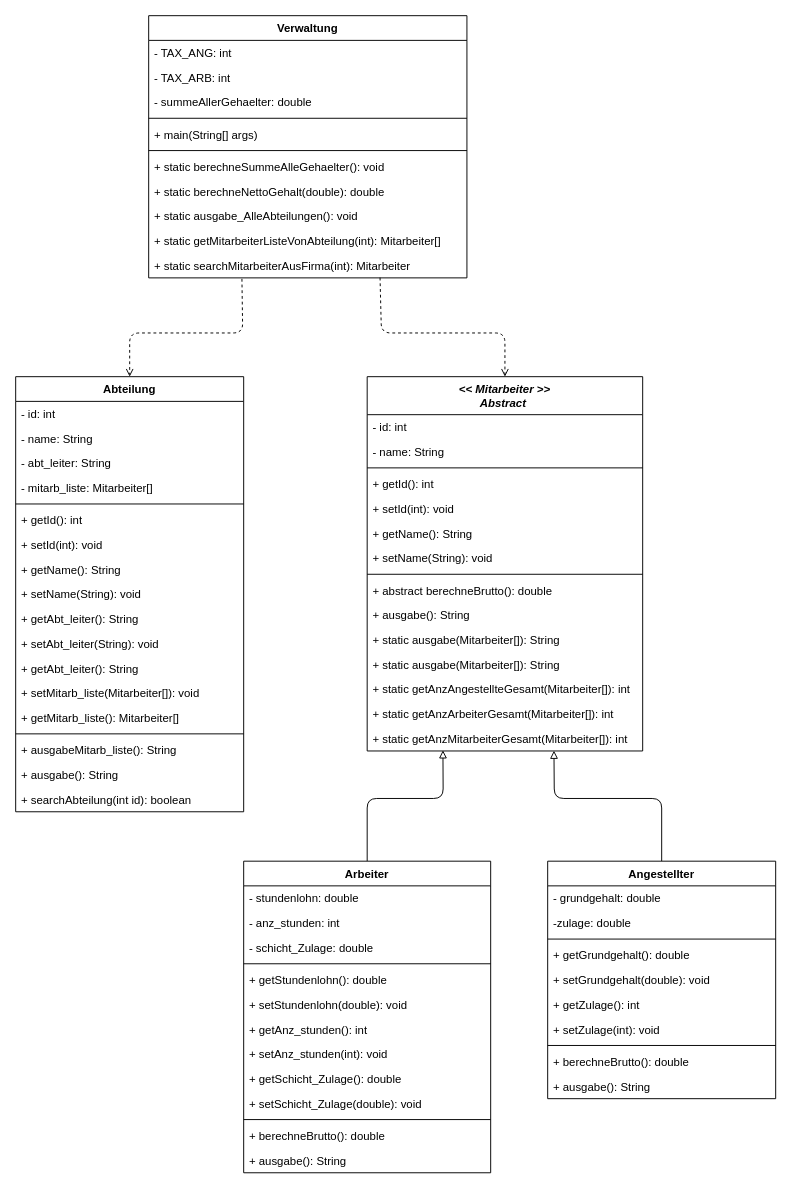
mbalabanov/ClassDiagramFirmaV3 keeps this draw.io diagram as FirmaV3_ClassDiagram.drawio. Above is the earlier version. Source tidied: cells renumbered, new cells numbered last; positions are measured from the earlier drawing's top-left corner, leaving out a move shared by most shapes. Both pictures are drawn from the tidied source at 95%, with x=0, y=0 at pixel (15, 15).
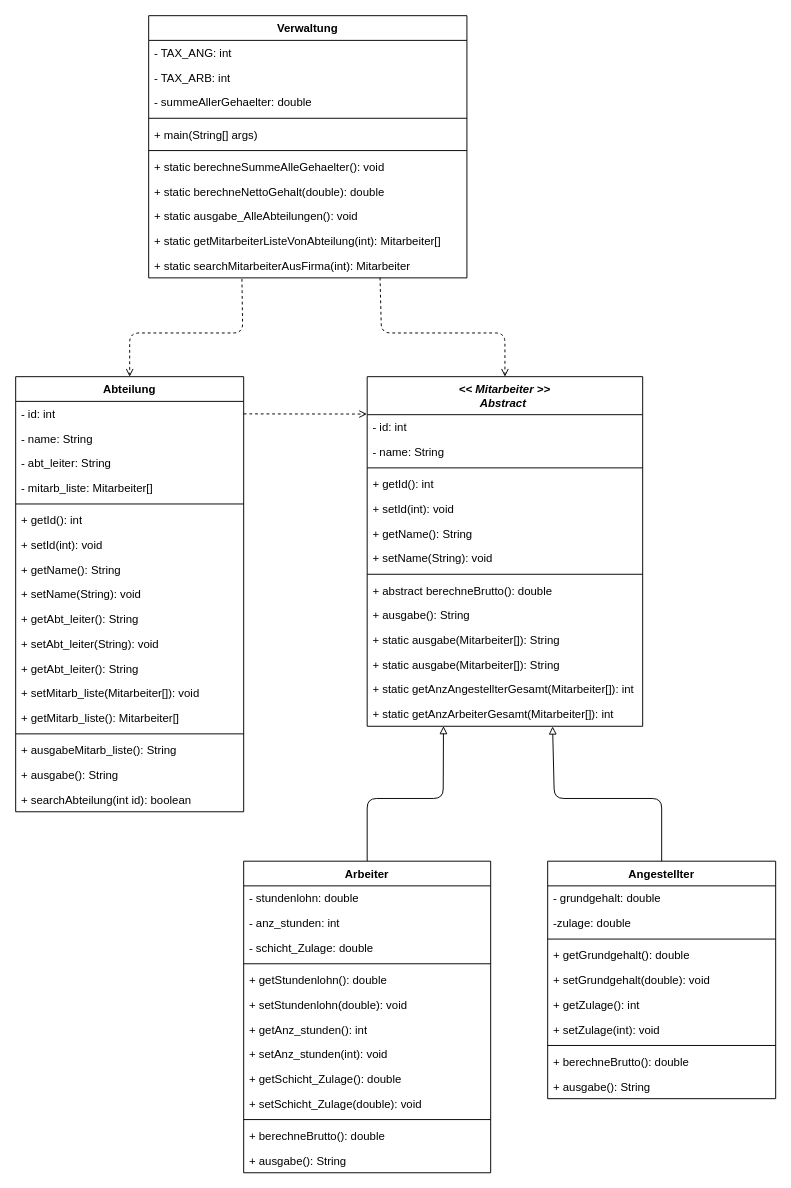
Above is the later version.

Commit message (it also covers changes not shown here):
Updates class diagram

The change refers to these unchanged cells:
```xml
<mxCell id="3" value="- id: int" style="text;strokeColor=none;fillColor=none;align=left;verticalAlign=top;spacingLeft=4;spacingRight=4;overflow=hidden;points=[[0,0.5],[1,0.5]];portConstraint=eastwest;" parent="2" vertex="1">
  <mxGeometry y="40" width="290" height="26" as="geometry" />
</mxCell>
<mxCell id="16" value="+ static getAnzArbeiterGesamt(Mitarbeiter[]): int" style="text;strokeColor=none;fillColor=none;align=left;verticalAlign=top;spacingLeft=4;spacingRight=4;overflow=hidden;points=[[0,0.5],[1,0.5]];portConstraint=eastwest;" parent="2" vertex="1">
  <mxGeometry y="342" width="290" height="26" as="geometry" />
</mxCell>
<mxCell id="19" value="Arbeiter" style="swimlane;fontStyle=1;align=center;verticalAlign=top;horizontal=1;startSize=26;" parent="1" vertex="1">
  <mxGeometry x="240" y="890" width="260" height="328" as="geometry" />
</mxCell>
<mxCell id="34" value="Angestellter" style="swimlane;fontStyle=1;align=center;verticalAlign=top;horizontal=1;startSize=26;" parent="1" vertex="1">
  <mxGeometry x="560" y="890" width="240" height="250" as="geometry" />
</mxCell>
<mxCell id="60" value="- id: int" style="text;strokeColor=none;fillColor=none;align=left;verticalAlign=top;spacingLeft=4;spacingRight=4;overflow=hidden;points=[[0,0.5],[1,0.5]];portConstraint=eastwest;" parent="59" vertex="1">
  <mxGeometry y="26" width="240" height="26" as="geometry" />
</mxCell>
```

Diff of the diagram source:
```diff
@@
     <mxCell id="2" value="&lt;&lt; Mitarbeiter &gt;&gt;&#10;Abstract " style="swimlane;fontStyle=3;align=center;verticalAlign=top;horizontal=1;startSize=40;" parent="1" vertex="1">
-      <mxGeometry x="370" y="380" width="290" height="394" as="geometry" />
+      <mxGeometry x="370" y="380" width="290" height="368" as="geometry" />
     </mxCell>
@@
-    <mxCell id="15" value="+ static getAnzAngestellteGesamt(Mitarbeiter[]): int" style="text;strokeColor=none;fillColor=none;align=left;verticalAlign=top;spacingLeft=4;spacingRight=4;overflow=hidden;" parent="2" vertex="1">
+    <mxCell id="15" value="+ static getAnzAngestellterGesamt(Mitarbeiter[]): int" style="text;strokeColor=none;fillColor=none;align=left;verticalAlign=top;spacingLeft=4;spacingRight=4;overflow=hidden;" parent="2" vertex="1">
       <mxGeometry y="316" width="290" height="26" as="geometry" />
     </mxCell>
@@
-    <mxCell id="17" value="+ static getAnzMitarbeiterGesamt(Mitarbeiter[]): int" style="text;strokeColor=none;fillColor=none;align=left;verticalAlign=top;spacingLeft=4;spacingRight=4;overflow=hidden;points=[[0,0.5],[1,0.5]];portConstraint=eastwest;" parent="2" vertex="1">
-      <mxGeometry y="368" width="290" height="26" as="geometry" />
-    </mxCell>
-    <mxCell id="18" style="edgeStyle=none;html=1;entryX=0.275;entryY=0.973;entryDx=0;entryDy=0;entryPerimeter=0;endArrow=block;endFill=0;" parent="1" edge="1" source="19" target="17">
+    <mxCell id="18" style="edgeStyle=none;html=1;entryX=0.277;entryY=0.993;entryDx=0;entryDy=0;entryPerimeter=0;endArrow=block;endFill=0;" parent="1" edge="1" source="19" target="16">
       <mxGeometry relative="1" as="geometry">
         <Array as="points">
           <mxPoint x="370" y="824" />
           <mxPoint x="450" y="824" />
         </Array>
       </mxGeometry>
     </mxCell>
@@
-    <mxCell id="33" style="edgeStyle=none;html=1;entryX=0.678;entryY=0.989;entryDx=0;entryDy=0;entryPerimeter=0;endArrow=block;endFill=0;" parent="1" edge="1" source="34" target="17">
+    <mxCell id="33" style="edgeStyle=none;html=1;entryX=0.673;entryY=1.008;entryDx=0;entryDy=0;entryPerimeter=0;endArrow=block;endFill=0;" parent="1" edge="1" source="34" target="16">
       <mxGeometry relative="1" as="geometry">
         <Array as="points">
           <mxPoint x="680" y="824" />
           <mxPoint x="567" y="824" />
         </Array>
       </mxGeometry>
     </mxCell>
@@
+    <mxCell id="78" style="edgeStyle=none;html=1;entryX=-0.001;entryY=-0.025;entryDx=0;entryDy=0;entryPerimeter=0;dashed=1;endArrow=open;endFill=0;" parent="1" edge="1" source="60" target="3">
+      <mxGeometry relative="1" as="geometry" />
+    </mxCell>
```
